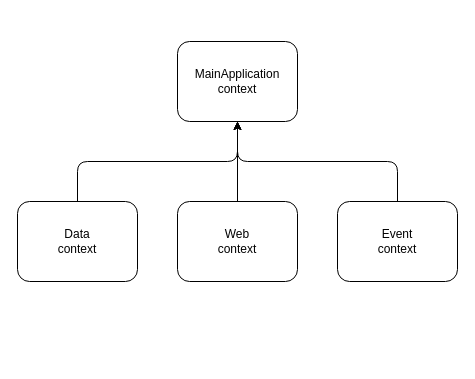
nikolamicic21/spring-boot-multiple-hierarchical-contexts keeps this draw.io diagram as diagrams/main-data-web-contexts-hierarchy.drawio. Above is the earlier version. Source tidied: cells renumbered, new cells numbered last; positions are measured from the earlier drawing's top-left corner, leaving out a move shared by most shapes. Both pictures are drawn from the tidied source at 100%, with x=0, y=0 at pixel (17, 41). Pictures stored in the file or linked from it are replaced by grey dashed boxes.
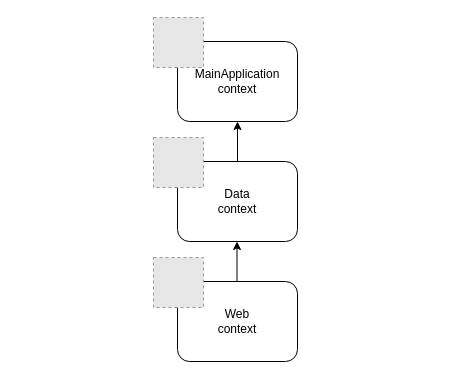
The same diagram, later.

The edit, as a diff of the source:
```diff
@@
 <mxGraphModel>
   <root>
     <mxCell id="0" />
     <mxCell id="1" parent="0" />
     <mxCell id="2" value="MainApplication context" style="rounded=1;whiteSpace=wrap;html=1;" parent="1" vertex="1">
       <mxGeometry x="160" width="120" height="80" as="geometry" />
     </mxCell>
     <mxCell id="3" value="Data&lt;br&gt;context" style="rounded=1;whiteSpace=wrap;html=1;" parent="1" vertex="1">
-      <mxGeometry y="160" width="120" height="80" as="geometry" />
+      <mxGeometry x="160" y="120" width="120" height="80" as="geometry" />
     </mxCell>
     <mxCell id="4" value="Web&lt;br&gt;context" style="rounded=1;whiteSpace=wrap;html=1;" parent="1" vertex="1">
-      <mxGeometry x="160" y="160" width="120" height="80" as="geometry" />
+      <mxGeometry x="160" y="240" width="120" height="80" as="geometry" />
     </mxCell>
     <mxCell id="5" style="endArrow=classic;html=1;exitX=0.5;exitY=0;exitDx=0;exitDy=0;entryX=0.5;entryY=1;entryDx=0;entryDy=0;" parent="1" edge="1" source="3" target="2">
-      <mxGeometry relative="1" as="geometry">
-        <Array as="points">
-          <mxPoint x="60" y="120" />
-          <mxPoint x="220" y="120" />
-        </Array>
-      </mxGeometry>
+      <mxGeometry relative="1" as="geometry" />
     </mxCell>
-    <mxCell id="6" style="endArrow=classic;html=1;exitX=0.5;exitY=0;exitDx=0;exitDy=0;entryX=0.5;entryY=1;entryDx=0;entryDy=0;" parent="1" edge="1" source="4" target="2">
-      <mxGeometry relative="1" as="geometry" />
-    </mxCell>
-    <mxCell id="7" value="Event&lt;br&gt;context" style="rounded=1;whiteSpace=wrap;html=1;" parent="1" vertex="1">
-      <mxGeometry x="320" y="160" width="120" height="80" as="geometry" />
-    </mxCell>
-    <mxCell id="8" style="endArrow=classic;html=1;exitX=0.5;exitY=0;exitDx=0;exitDy=0;" parent="1" edge="1" source="7">
-      <mxGeometry relative="1" as="geometry">
-        <mxPoint x="220" y="80" as="targetPoint" />
-        <Array as="points">
-          <mxPoint x="380" y="120" />
-          <mxPoint x="220" y="120" />
-        </Array>
-      </mxGeometry>
-    </mxCell>
+    <mxCell id="9" style="endArrow=classic;html=1;exitX=0.5;exitY=0;exitDx=0;exitDy=0;entryX=0.5;entryY=1;entryDx=0;entryDy=0;" parent="1" edge="1">
+      <mxGeometry relative="1" as="geometry">
+        <mxPoint x="219.5" y="240" as="sourcePoint" />
+        <mxPoint x="219.5" y="200" as="targetPoint" />
+      </mxGeometry>
+    </mxCell>
+    <mxCell id="10" style="fillColor=#E6E6E6;strokeColor=#999999;dashed=1;" parent="1" vertex="1">
+      <mxGeometry x="136" y="-24" width="50" height="50" as="geometry" />
+    </mxCell>
+    <mxCell id="11" style="fillColor=#E6E6E6;strokeColor=#999999;dashed=1;" parent="1" vertex="1">
+      <mxGeometry x="136" y="96" width="50" height="50" as="geometry" />
+    </mxCell>
+    <mxCell id="12" style="fillColor=#E6E6E6;strokeColor=#999999;dashed=1;" parent="1" vertex="1">
+      <mxGeometry x="136" y="216" width="50" height="50" as="geometry" />
+    </mxCell>
   </root>
 </mxGraphModel>
```
